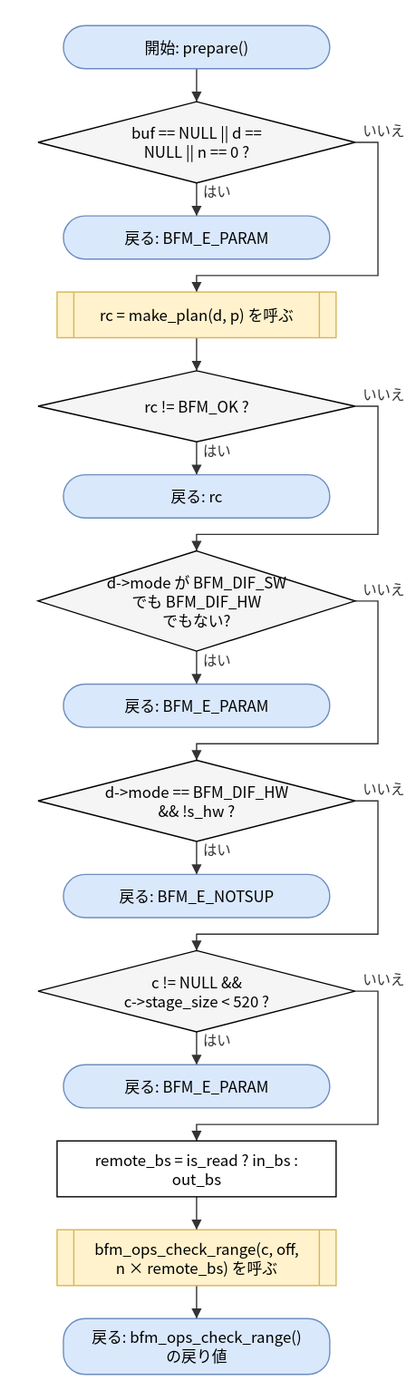
Earlier version of the draw.io export doc/spec/images/flow_src_bfm_dif-prepare.drawio.svg (hf355051012-ai/bfmem). Source tidied: cells renumbered, new cells last; positions are measured from the earlier drawing's top-left corner, leaving out a move shared by most shapes. Source of this version:
```xml
<mxGraphModel>
  <root>
    <mxCell id="0" />
    <mxCell id="1" parent="0" />
    <mxCell id="2" value="開始: prepare()" style="rounded=1;arcSize=50;whiteSpace=wrap;html=1;fillColor=#dae8fc;strokeColor=#6c8ebf;" parent="1" vertex="1">
      <mxGeometry x="20" width="210" height="34" as="geometry" />
    </mxCell>
    <mxCell id="3" value="buf == NULL || d ==&lt;br&gt;NULL || n == 0 ?" style="rhombus;whiteSpace=wrap;html=1;fillColor=#f5f5f5;" parent="1" vertex="1">
      <mxGeometry y="60" width="250" height="64" as="geometry" />
    </mxCell>
    <mxCell id="4" value="戻る: BFM_E_PARAM" style="rounded=1;arcSize=50;whiteSpace=wrap;html=1;fillColor=#dae8fc;strokeColor=#6c8ebf;" parent="1" vertex="1">
      <mxGeometry x="20" y="150" width="210" height="34" as="geometry" />
    </mxCell>
    <mxCell id="5" value="rc = make_plan(d, p) を呼ぶ" style="shape=process;whiteSpace=wrap;html=1;backgroundOutline=1;size=0.06;fillColor=#fff2cc;strokeColor=#d6b656;" parent="1" vertex="1">
      <mxGeometry x="15" y="210" width="220" height="36" as="geometry" />
    </mxCell>
    <mxCell id="6" value="rc != BFM_OK ?" style="rhombus;whiteSpace=wrap;html=1;fillColor=#f5f5f5;" parent="1" vertex="1">
      <mxGeometry y="272" width="250" height="56" as="geometry" />
    </mxCell>
    <mxCell id="7" value="戻る: rc" style="rounded=1;arcSize=50;whiteSpace=wrap;html=1;fillColor=#dae8fc;strokeColor=#6c8ebf;" parent="1" vertex="1">
      <mxGeometry x="20" y="354" width="210" height="34" as="geometry" />
    </mxCell>
    <mxCell id="8" value="d-&amp;gt;mode が BFM_DIF_SW&lt;br&gt;でも BFM_DIF_HW&lt;br&gt;でもない?" style="rhombus;whiteSpace=wrap;html=1;fillColor=#f5f5f5;" parent="1" vertex="1">
      <mxGeometry y="414" width="250" height="79" as="geometry" />
    </mxCell>
    <mxCell id="9" value="戻る: BFM_E_PARAM" style="rounded=1;arcSize=50;whiteSpace=wrap;html=1;fillColor=#dae8fc;strokeColor=#6c8ebf;" parent="1" vertex="1">
      <mxGeometry x="20" y="519" width="210" height="34" as="geometry" />
    </mxCell>
    <mxCell id="10" value="d-&amp;gt;mode == BFM_DIF_HW&lt;br&gt;&amp;amp;&amp;amp; !s_hw ?" style="rhombus;whiteSpace=wrap;html=1;fillColor=#f5f5f5;" parent="1" vertex="1">
      <mxGeometry y="579" width="250" height="64" as="geometry" />
    </mxCell>
    <mxCell id="11" value="戻る: BFM_E_NOTSUP" style="rounded=1;arcSize=50;whiteSpace=wrap;html=1;fillColor=#dae8fc;strokeColor=#6c8ebf;" parent="1" vertex="1">
      <mxGeometry x="20" y="669" width="210" height="34" as="geometry" />
    </mxCell>
    <mxCell id="12" value="c != NULL &amp;amp;&amp;amp;&lt;br&gt;c-&amp;gt;stage_size &amp;lt; 520 ?" style="rhombus;whiteSpace=wrap;html=1;fillColor=#f5f5f5;" parent="1" vertex="1">
      <mxGeometry y="729" width="250" height="64" as="geometry" />
    </mxCell>
    <mxCell id="13" value="戻る: BFM_E_PARAM" style="rounded=1;arcSize=50;whiteSpace=wrap;html=1;fillColor=#dae8fc;strokeColor=#6c8ebf;" parent="1" vertex="1">
      <mxGeometry x="20" y="819" width="210" height="34" as="geometry" />
    </mxCell>
    <mxCell id="14" value="remote_bs = is_read ? in_bs :&lt;br&gt;out_bs" style="rounded=0;whiteSpace=wrap;html=1;" parent="1" vertex="1">
      <mxGeometry x="15" y="879" width="220" height="44" as="geometry" />
    </mxCell>
    <mxCell id="15" value="bfm_ops_check_range(c, off,&lt;br&gt;n × remote_bs) を呼ぶ" style="shape=process;whiteSpace=wrap;html=1;backgroundOutline=1;size=0.06;fillColor=#fff2cc;strokeColor=#d6b656;" parent="1" vertex="1">
      <mxGeometry x="15" y="949" width="220" height="44" as="geometry" />
    </mxCell>
    <mxCell id="16" value="戻る: bfm_ops_check_range()&lt;br&gt;の戻り値" style="rounded=1;arcSize=50;whiteSpace=wrap;html=1;fillColor=#dae8fc;strokeColor=#6c8ebf;" parent="1" vertex="1">
      <mxGeometry x="20" y="1019" width="210" height="44" as="geometry" />
    </mxCell>
    <mxCell id="17" style="edgeStyle=none;html=1;rounded=0;endArrow=block;endFill=1;exitX=0.5000;exitY=1.0000;exitDx=0;exitDy=0;exitPerimeter=0;entryX=0.5000;entryY=0.0000;entryDx=0;entryDy=0;entryPerimeter=0;" parent="1" edge="1" source="2" target="3">
      <mxGeometry relative="1" as="geometry" />
    </mxCell>
    <mxCell id="18" value="はい" style="edgeStyle=none;html=1;rounded=0;endArrow=block;endFill=1;exitX=0.5000;exitY=1.0000;exitDx=0;exitDy=0;exitPerimeter=0;entryX=0.5000;entryY=0.0000;entryDx=0;entryDy=0;entryPerimeter=0;" parent="1" edge="1" source="3" target="4">
      <mxGeometry relative="1" as="geometry" />
    </mxCell>
    <mxCell id="19" value="いいえ" style="edgeStyle=none;html=1;rounded=0;endArrow=block;endFill=1;exitX=1.0000;exitY=0.5000;exitDx=0;exitDy=0;exitPerimeter=0;entryX=0.5000;entryY=0.0000;entryDx=0;entryDy=0;entryPerimeter=0;" parent="1" edge="1" source="3" target="5">
      <mxGeometry relative="1" as="geometry">
        <Array as="points">
          <mxPoint x="268" y="92" />
          <mxPoint x="268" y="197" />
          <mxPoint x="125" y="197" />
        </Array>
      </mxGeometry>
    </mxCell>
    <mxCell id="20" style="edgeStyle=none;html=1;rounded=0;endArrow=block;endFill=1;exitX=0.5000;exitY=1.0000;exitDx=0;exitDy=0;exitPerimeter=0;entryX=0.5000;entryY=0.0000;entryDx=0;entryDy=0;entryPerimeter=0;" parent="1" edge="1" source="5" target="6">
      <mxGeometry relative="1" as="geometry" />
    </mxCell>
    <mxCell id="21" value="はい" style="edgeStyle=none;html=1;rounded=0;endArrow=block;endFill=1;exitX=0.5000;exitY=1.0000;exitDx=0;exitDy=0;exitPerimeter=0;entryX=0.5000;entryY=0.0000;entryDx=0;entryDy=0;entryPerimeter=0;" parent="1" edge="1" source="6" target="7">
      <mxGeometry relative="1" as="geometry" />
    </mxCell>
    <mxCell id="22" value="いいえ" style="edgeStyle=none;html=1;rounded=0;endArrow=block;endFill=1;exitX=1.0000;exitY=0.5000;exitDx=0;exitDy=0;exitPerimeter=0;entryX=0.5000;entryY=0.0000;entryDx=0;entryDy=0;entryPerimeter=0;" parent="1" edge="1" source="6" target="8">
      <mxGeometry relative="1" as="geometry">
        <Array as="points">
          <mxPoint x="268" y="300" />
          <mxPoint x="268" y="401" />
          <mxPoint x="125" y="401" />
        </Array>
      </mxGeometry>
    </mxCell>
    <mxCell id="23" value="はい" style="edgeStyle=none;html=1;rounded=0;endArrow=block;endFill=1;exitX=0.5000;exitY=1.0000;exitDx=0;exitDy=0;exitPerimeter=0;entryX=0.5000;entryY=0.0000;entryDx=0;entryDy=0;entryPerimeter=0;" parent="1" edge="1" source="8" target="9">
      <mxGeometry relative="1" as="geometry" />
    </mxCell>
    <mxCell id="24" value="いいえ" style="edgeStyle=none;html=1;rounded=0;endArrow=block;endFill=1;exitX=1.0000;exitY=0.5000;exitDx=0;exitDy=0;exitPerimeter=0;entryX=0.5000;entryY=0.0000;entryDx=0;entryDy=0;entryPerimeter=0;" parent="1" edge="1" source="8" target="10">
      <mxGeometry relative="1" as="geometry">
        <Array as="points">
          <mxPoint x="268" y="453.5" />
          <mxPoint x="268" y="566" />
          <mxPoint x="125" y="566" />
        </Array>
      </mxGeometry>
    </mxCell>
    <mxCell id="25" value="はい" style="edgeStyle=none;html=1;rounded=0;endArrow=block;endFill=1;exitX=0.5000;exitY=1.0000;exitDx=0;exitDy=0;exitPerimeter=0;entryX=0.5000;entryY=0.0000;entryDx=0;entryDy=0;entryPerimeter=0;" parent="1" edge="1" source="10" target="11">
      <mxGeometry relative="1" as="geometry" />
    </mxCell>
    <mxCell id="26" value="いいえ" style="edgeStyle=none;html=1;rounded=0;endArrow=block;endFill=1;exitX=1.0000;exitY=0.5000;exitDx=0;exitDy=0;exitPerimeter=0;entryX=0.5000;entryY=0.0000;entryDx=0;entryDy=0;entryPerimeter=0;" parent="1" edge="1" source="10" target="12">
      <mxGeometry relative="1" as="geometry">
        <Array as="points">
          <mxPoint x="268" y="611" />
          <mxPoint x="268" y="716" />
          <mxPoint x="125" y="716" />
        </Array>
      </mxGeometry>
    </mxCell>
    <mxCell id="27" value="はい" style="edgeStyle=none;html=1;rounded=0;endArrow=block;endFill=1;exitX=0.5000;exitY=1.0000;exitDx=0;exitDy=0;exitPerimeter=0;entryX=0.5000;entryY=0.0000;entryDx=0;entryDy=0;entryPerimeter=0;" parent="1" edge="1" source="12" target="13">
      <mxGeometry relative="1" as="geometry" />
    </mxCell>
    <mxCell id="28" value="いいえ" style="edgeStyle=none;html=1;rounded=0;endArrow=block;endFill=1;exitX=1.0000;exitY=0.5000;exitDx=0;exitDy=0;exitPerimeter=0;entryX=0.5000;entryY=0.0000;entryDx=0;entryDy=0;entryPerimeter=0;" parent="1" edge="1" source="12" target="14">
      <mxGeometry relative="1" as="geometry">
        <Array as="points">
          <mxPoint x="268" y="761" />
          <mxPoint x="268" y="866" />
          <mxPoint x="125" y="866" />
        </Array>
      </mxGeometry>
    </mxCell>
    <mxCell id="29" style="edgeStyle=none;html=1;rounded=0;endArrow=block;endFill=1;exitX=0.5000;exitY=1.0000;exitDx=0;exitDy=0;exitPerimeter=0;entryX=0.5000;entryY=0.0000;entryDx=0;entryDy=0;entryPerimeter=0;" parent="1" edge="1" source="14" target="15">
      <mxGeometry relative="1" as="geometry" />
    </mxCell>
    <mxCell id="30" style="edgeStyle=none;html=1;rounded=0;endArrow=block;endFill=1;exitX=0.5000;exitY=1.0000;exitDx=0;exitDy=0;exitPerimeter=0;entryX=0.5000;entryY=0.0000;entryDx=0;entryDy=0;entryPerimeter=0;" parent="1" edge="1" source="15" target="16">
      <mxGeometry relative="1" as="geometry" />
    </mxCell>
  </root>
</mxGraphModel>
```
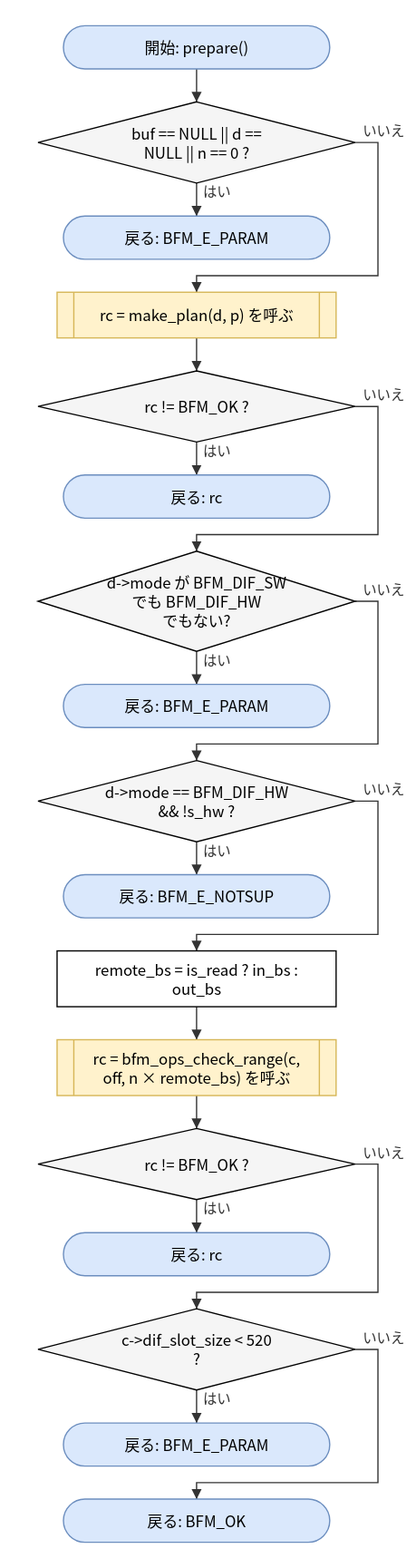
The same file after the commit.

Change to the diagram source:
```diff
@@ -32,21 +32,27 @@
     <mxCell id="11" value="戻る: BFM_E_NOTSUP" style="rounded=1;arcSize=50;whiteSpace=wrap;html=1;fillColor=#dae8fc;strokeColor=#6c8ebf;" parent="1" vertex="1">
       <mxGeometry x="20" y="669" width="210" height="34" as="geometry" />
     </mxCell>
-    <mxCell id="12" value="c != NULL &amp;amp;&amp;amp;&lt;br&gt;c-&amp;gt;stage_size &amp;lt; 520 ?" style="rhombus;whiteSpace=wrap;html=1;fillColor=#f5f5f5;" parent="1" vertex="1">
-      <mxGeometry y="729" width="250" height="64" as="geometry" />
+    <mxCell id="12" value="remote_bs = is_read ? in_bs :&lt;br&gt;out_bs" style="rounded=0;whiteSpace=wrap;html=1;" parent="1" vertex="1">
+      <mxGeometry x="15" y="729" width="220" height="44" as="geometry" />
     </mxCell>
-    <mxCell id="13" value="戻る: BFM_E_PARAM" style="rounded=1;arcSize=50;whiteSpace=wrap;html=1;fillColor=#dae8fc;strokeColor=#6c8ebf;" parent="1" vertex="1">
-      <mxGeometry x="20" y="819" width="210" height="34" as="geometry" />
+    <mxCell id="13" value="rc = bfm_ops_check_range(c,&lt;br&gt;off, n × remote_bs) を呼ぶ" style="shape=process;whiteSpace=wrap;html=1;backgroundOutline=1;size=0.06;fillColor=#fff2cc;strokeColor=#d6b656;" parent="1" vertex="1">
+      <mxGeometry x="15" y="799" width="220" height="44" as="geometry" />
     </mxCell>
-    <mxCell id="14" value="remote_bs = is_read ? in_bs :&lt;br&gt;out_bs" style="rounded=0;whiteSpace=wrap;html=1;" parent="1" vertex="1">
-      <mxGeometry x="15" y="879" width="220" height="44" as="geometry" />
+    <mxCell id="14" value="rc != BFM_OK ?" style="rhombus;whiteSpace=wrap;html=1;fillColor=#f5f5f5;" parent="1" vertex="1">
+      <mxGeometry y="869" width="250" height="56" as="geometry" />
     </mxCell>
-    <mxCell id="15" value="bfm_ops_check_range(c, off,&lt;br&gt;n × remote_bs) を呼ぶ" style="shape=process;whiteSpace=wrap;html=1;backgroundOutline=1;size=0.06;fillColor=#fff2cc;strokeColor=#d6b656;" parent="1" vertex="1">
-      <mxGeometry x="15" y="949" width="220" height="44" as="geometry" />
+    <mxCell id="15" value="戻る: rc" style="rounded=1;arcSize=50;whiteSpace=wrap;html=1;fillColor=#dae8fc;strokeColor=#6c8ebf;" parent="1" vertex="1">
+      <mxGeometry x="20" y="951" width="210" height="34" as="geometry" />
     </mxCell>
-    <mxCell id="16" value="戻る: bfm_ops_check_range()&lt;br&gt;の戻り値" style="rounded=1;arcSize=50;whiteSpace=wrap;html=1;fillColor=#dae8fc;strokeColor=#6c8ebf;" parent="1" vertex="1">
-      <mxGeometry x="20" y="1019" width="210" height="44" as="geometry" />
+    <mxCell id="16" value="c-&amp;gt;dif_slot_size &amp;lt; 520&lt;br&gt;?" style="rhombus;whiteSpace=wrap;html=1;fillColor=#f5f5f5;" parent="1" vertex="1">
+      <mxGeometry y="1011" width="250" height="64" as="geometry" />
     </mxCell>
+    <mxCell id="31" value="戻る: BFM_E_PARAM" style="rounded=1;arcSize=50;whiteSpace=wrap;html=1;fillColor=#dae8fc;strokeColor=#6c8ebf;" parent="1" vertex="1">
+      <mxGeometry x="20" y="1101" width="210" height="34" as="geometry" />
+    </mxCell>
+    <mxCell id="32" value="戻る: BFM_OK" style="rounded=1;arcSize=50;whiteSpace=wrap;html=1;fillColor=#dae8fc;strokeColor=#6c8ebf;" parent="1" vertex="1">
+      <mxGeometry x="20" y="1161" width="210" height="34" as="geometry" />
+    </mxCell>
     <mxCell id="17" style="edgeStyle=none;html=1;rounded=0;endArrow=block;endFill=1;exitX=0.5000;exitY=1.0000;exitDx=0;exitDy=0;exitPerimeter=0;entryX=0.5000;entryY=0.0000;entryDx=0;entryDy=0;entryPerimeter=0;" parent="1" edge="1" source="2" target="3">
       <mxGeometry relative="1" as="geometry" />
     </mxCell>
@@ -101,23 +107,35 @@
         </Array>
       </mxGeometry>
     </mxCell>
-    <mxCell id="27" value="はい" style="edgeStyle=none;html=1;rounded=0;endArrow=block;endFill=1;exitX=0.5000;exitY=1.0000;exitDx=0;exitDy=0;exitPerimeter=0;entryX=0.5000;entryY=0.0000;entryDx=0;entryDy=0;entryPerimeter=0;" parent="1" edge="1" source="12" target="13">
+    <mxCell id="27" style="edgeStyle=none;html=1;rounded=0;endArrow=block;endFill=1;exitX=0.5000;exitY=1.0000;exitDx=0;exitDy=0;exitPerimeter=0;entryX=0.5000;entryY=0.0000;entryDx=0;entryDy=0;entryPerimeter=0;" parent="1" edge="1" source="12" target="13">
       <mxGeometry relative="1" as="geometry" />
     </mxCell>
-    <mxCell id="28" value="いいえ" style="edgeStyle=none;html=1;rounded=0;endArrow=block;endFill=1;exitX=1.0000;exitY=0.5000;exitDx=0;exitDy=0;exitPerimeter=0;entryX=0.5000;entryY=0.0000;entryDx=0;entryDy=0;entryPerimeter=0;" parent="1" edge="1" source="12" target="14">
-      <mxGeometry relative="1" as="geometry">
-        <Array as="points">
-          <mxPoint x="268" y="761" />
-          <mxPoint x="268" y="866" />
-          <mxPoint x="125" y="866" />
-        </Array>
-      </mxGeometry>
+    <mxCell id="28" style="edgeStyle=none;html=1;rounded=0;endArrow=block;endFill=1;exitX=0.5000;exitY=1.0000;exitDx=0;exitDy=0;exitPerimeter=0;entryX=0.5000;entryY=0.0000;entryDx=0;entryDy=0;entryPerimeter=0;" parent="1" edge="1" source="13" target="14">
+      <mxGeometry relative="1" as="geometry" />
     </mxCell>
-    <mxCell id="29" style="edgeStyle=none;html=1;rounded=0;endArrow=block;endFill=1;exitX=0.5000;exitY=1.0000;exitDx=0;exitDy=0;exitPerimeter=0;entryX=0.5000;entryY=0.0000;entryDx=0;entryDy=0;entryPerimeter=0;" parent="1" edge="1" source="14" target="15">
+    <mxCell id="29" value="はい" style="edgeStyle=none;html=1;rounded=0;endArrow=block;endFill=1;exitX=0.5000;exitY=1.0000;exitDx=0;exitDy=0;exitPerimeter=0;entryX=0.5000;entryY=0.0000;entryDx=0;entryDy=0;entryPerimeter=0;" parent="1" edge="1" source="14" target="15">
       <mxGeometry relative="1" as="geometry" />
     </mxCell>
-    <mxCell id="30" style="edgeStyle=none;html=1;rounded=0;endArrow=block;endFill=1;exitX=0.5000;exitY=1.0000;exitDx=0;exitDy=0;exitPerimeter=0;entryX=0.5000;entryY=0.0000;entryDx=0;entryDy=0;entryPerimeter=0;" parent="1" edge="1" source="15" target="16">
-      <mxGeometry relative="1" as="geometry" />
+    <mxCell id="30" value="いいえ" style="edgeStyle=none;html=1;rounded=0;endArrow=block;endFill=1;exitX=1.0000;exitY=0.5000;exitDx=0;exitDy=0;exitPerimeter=0;entryX=0.5000;entryY=0.0000;entryDx=0;entryDy=0;entryPerimeter=0;" parent="1" edge="1" source="14" target="16">
+      <mxGeometry relative="1" as="geometry">
+        <Array as="points">
+          <mxPoint x="268" y="897" />
+          <mxPoint x="268" y="998" />
+          <mxPoint x="125" y="998" />
+        </Array>
+      </mxGeometry>
     </mxCell>
+    <mxCell id="33" value="はい" style="edgeStyle=none;html=1;rounded=0;endArrow=block;endFill=1;exitX=0.5000;exitY=1.0000;exitDx=0;exitDy=0;exitPerimeter=0;entryX=0.5000;entryY=0.0000;entryDx=0;entryDy=0;entryPerimeter=0;" parent="1" edge="1" source="16" target="31">
+      <mxGeometry relative="1" as="geometry" />
+    </mxCell>
+    <mxCell id="34" value="いいえ" style="edgeStyle=none;html=1;rounded=0;endArrow=block;endFill=1;exitX=1.0000;exitY=0.5000;exitDx=0;exitDy=0;exitPerimeter=0;entryX=0.5000;entryY=0.0000;entryDx=0;entryDy=0;entryPerimeter=0;" parent="1" edge="1" source="16" target="32">
+      <mxGeometry relative="1" as="geometry">
+        <Array as="points">
+          <mxPoint x="268" y="1043" />
+          <mxPoint x="268" y="1148" />
+          <mxPoint x="125" y="1148" />
+        </Array>
+      </mxGeometry>
+    </mxCell>
   </root>
 </mxGraphModel>
```
